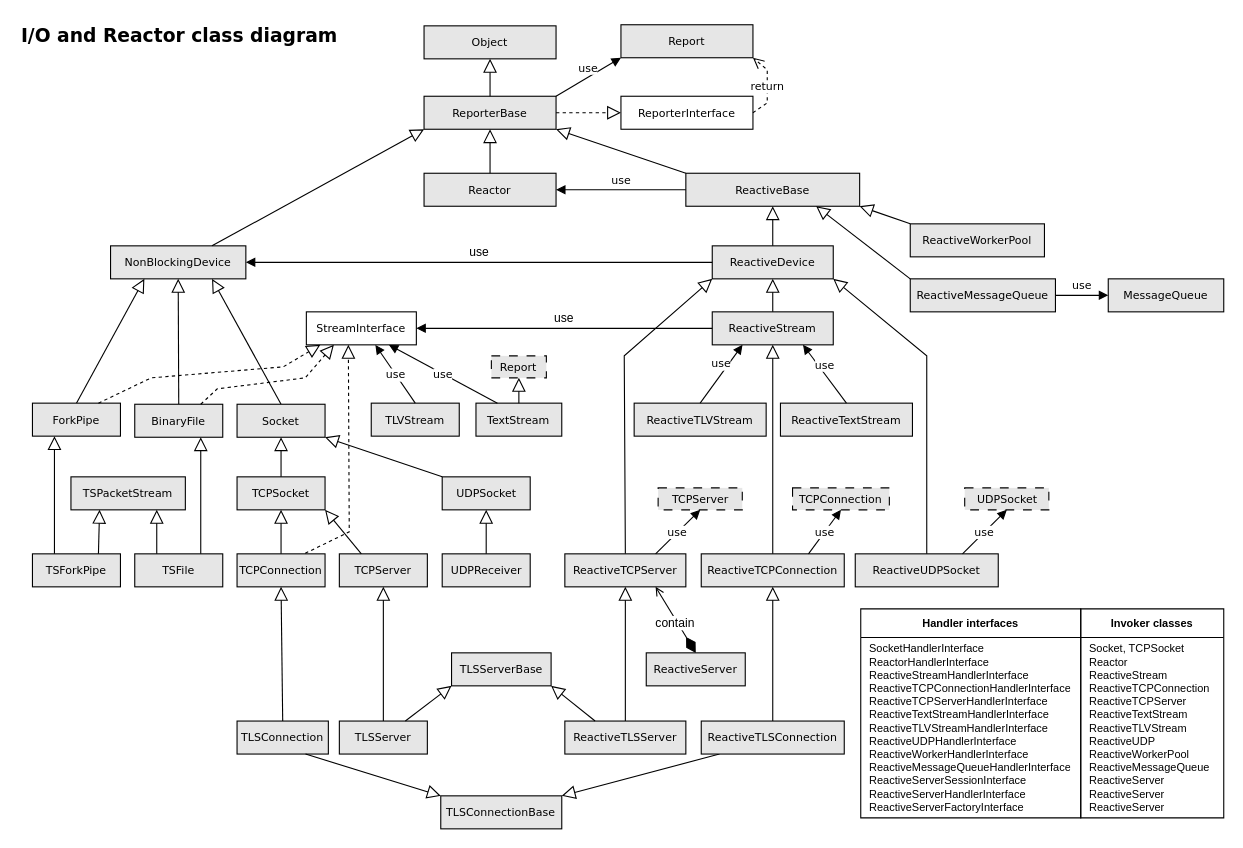
The draw.io diagram diagrams/reactor-class-diagram.drawio in tsduck/tsduck-presentations, before the edit. Source tidied: cells renumbered, new cells numbered last; positions are measured from the earlier drawing's top-left corner, leaving out a move shared by most shapes. Both pictures are drawn from the tidied source at 110%, with x=0, y=0 at pixel (19, 19).
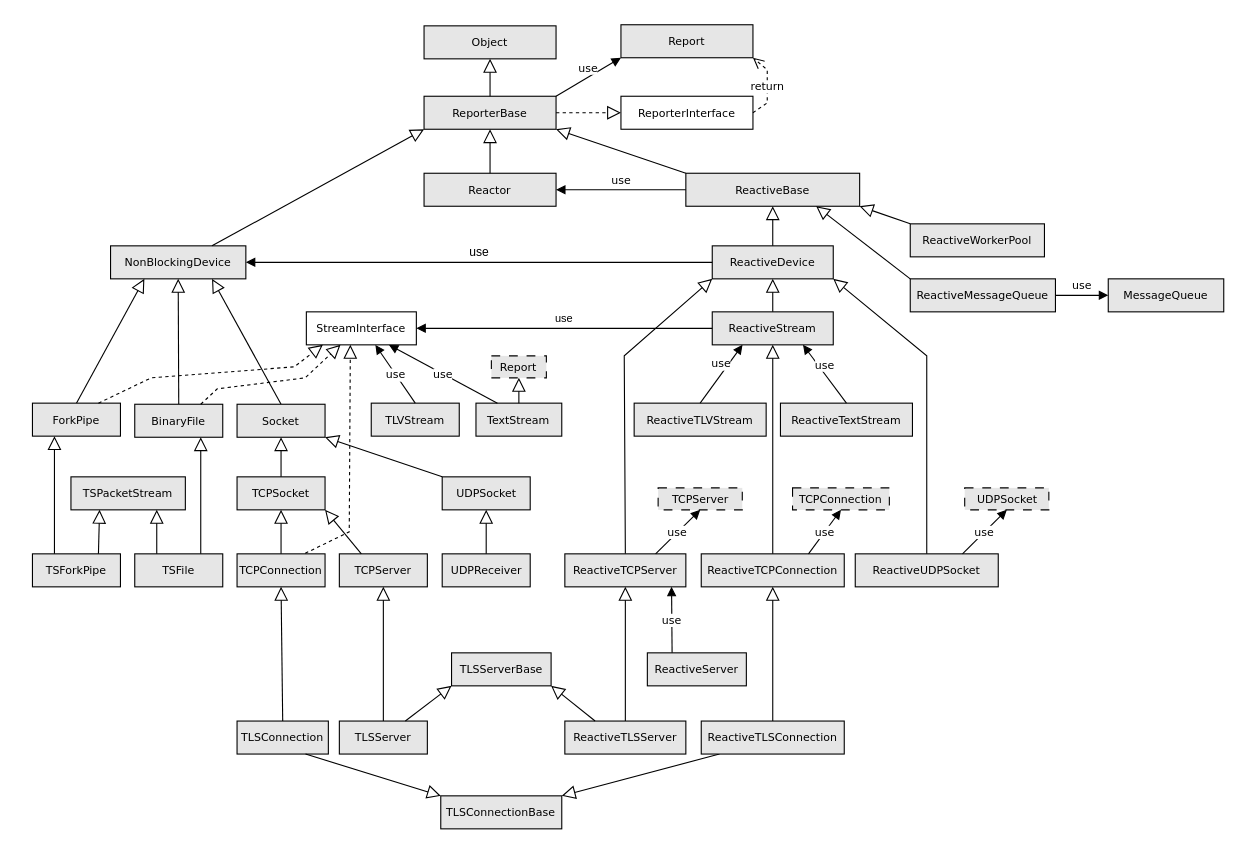
The same diagram, later.

Commit message (it also covers changes not shown here):
Added reactive class diagrams

The change refers to these unchanged cells:
```xml
<mxCell id="16" value="ForkPipe" style="html=1;whiteSpace=wrap;points=[[0,0,0,0,0],[0,0.25,0,0,0],[0,0.5,0,0,0],[0,0.75,0,0,0],[0,1,0,0,0],[0.127273,1,0,0,0],[0.25,0,0,0,0],[0.25,1,0,0,0],[0.381818,1,0,0,0],[0.5,0,0,0,0],[0.5,1,0,0,0],[0.627273,1,0,0,0],[0.75,0,0,0,0],[0.75,1,0,0,0],[0.881818,1,0,0,0],[1,0,0,0,0],[1,0.25,0,0,0],[1,0.5,0,0,0],[1,0.75,0,0,0],[1,1,0,0,0]];fillColor=#E6E6E6;fontSize=10;fontFamily=Verdana;" parent="1" vertex="1">
  <mxGeometry x="12" y="349" width="80" height="30" as="geometry" />
</mxCell>
<mxCell id="18" value="BinaryFile" style="html=1;whiteSpace=wrap;points=[[0,0,0,0,0],[0,0.25,0,0,0],[0,0.5,0,0,0],[0,0.75,0,0,0],[0,1,0,0,0],[0.127273,1,0,0,0],[0.25,0,0,0,0],[0.25,1,0,0,0],[0.381818,1,0,0,0],[0.5,0,0,0,0],[0.5,1,0,0,0],[0.627273,1,0,0,0],[0.75,0,0,0,0],[0.75,1,0,0,0],[0.881818,1,0,0,0],[1,0,0,0,0],[1,0.25,0,0,0],[1,0.5,0,0,0],[1,0.75,0,0,0],[1,1,0,0,0]];fillColor=#E6E6E6;fontSize=10;fontFamily=Verdana;" parent="1" vertex="1">
  <mxGeometry x="105" y="350" width="80" height="30" as="geometry" />
</mxCell>
<mxCell id="69" value="ReactiveTCPServer" style="html=1;whiteSpace=wrap;points=[[0,0,0,0,0],[0,0.25,0,0,0],[0,0.5,0,0,0],[0,0.75,0,0,0],[0,1,0,0,0],[0.127273,1,0,0,0],[0.25,0,0,0,0],[0.25,1,0,0,0],[0.381818,1,0,0,0],[0.5,0,0,0,0],[0.5,1,0,0,0],[0.627273,1,0,0,0],[0.75,0,0,0,0],[0.75,1,0,0,0],[0.881818,1,0,0,0],[1,0,0,0,0],[1,0.25,0,0,0],[1,0.5,0,0,0],[1,0.75,0,0,0],[1,1,0,0,0]];fillColor=#E6E6E6;fontSize=10;fontFamily=Verdana;" parent="1" vertex="1">
  <mxGeometry x="496" y="486" width="110" height="30" as="geometry" />
</mxCell>
<mxCell id="91" value="ReactiveStream" style="html=1;whiteSpace=wrap;points=[[0,0,0,0,0],[0,0.25,0,0,0],[0,0.5,0,0,0],[0,0.75,0,0,0],[0,1,0,0,0],[0.127273,1,0,0,0],[0.25,0,0,0,0],[0.25,1,0,0,0],[0.381818,1,0,0,0],[0.5,0,0,0,0],[0.5,1,0,0,0],[0.627273,1,0,0,0],[0.75,0,0,0,0],[0.75,1,0,0,0],[0.881818,1,0,0,0],[1,0,0,0,0],[1,0.25,0,0,0],[1,0.5,0,0,0],[1,0.75,0,0,0],[1,1,0,0,0]];fillColor=#E6E6E6;fontSize=10;fontFamily=Verdana;" parent="1" vertex="1">
  <mxGeometry x="630" y="266" width="110" height="30" as="geometry" />
</mxCell>
```

Diff of the diagram source:
```diff
@@
-    <mxCell id="21" value="Stream&lt;span style=&quot;background-color: transparent; color: light-dark(rgb(0, 0, 0), rgb(255, 255, 255));&quot;&gt;Interface&lt;/span&gt;" style="html=1;whiteSpace=wrap;points=[[0,0,0,0,0],[0,0.25,0,0,0],[0,0.5,0,0,0],[0,0.75,0,0,0],[0,1,0,0,0],[0.127273,1,0,0,0],[0.25,0,0,0,0],[0.25,1,0,0,0],[0.381818,1,0,0,0],[0.5,0,0,0,0],[0.5,1,0,0,0],[0.627273,1,0,0,0],[0.75,0,0,0,0],[0.75,1,0,0,0],[0.881818,1,0,0,0],[1,0,0,0,0],[1,0.25,0,0,0],[1,0.5,0,0,0],[1,0.75,0,0,0],[1,1,0,0,0]];fillColor=#FFFFFF;fontSize=10;fontFamily=Verdana;" parent="1" vertex="1">
+    <mxCell id="21" value="Stream&lt;span style=&quot;background-color: transparent; color: light-dark(rgb(0, 0, 0), rgb(255, 255, 255));&quot;&gt;Interface&lt;/span&gt;" style="html=1;whiteSpace=wrap;points=[[0,0,0,0,0],[0,0.25,0,0,0],[0,0.5,0,0,0],[0,0.75,0,0,0],[0,1,0,0,0],[0.15,1,0,0,0],[0.25,0,0,0,0],[0.31,1,0,0,0],[0.4,1,0,0,0],[0.5,0,0,0,0],[0.5,1,0,0,0],[0.627273,1,0,0,0],[0.75,0,0,0,0],[0.75,1,0,0,0],[0.881818,1,0,0,0],[1,0,0,0,0],[1,0.25,0,0,0],[1,0.5,0,0,0],[1,0.75,0,0,0],[1,1,0,0,0]];fillColor=#FFFFFF;fontSize=10;fontFamily=Verdana;" parent="1" vertex="1">
       <mxGeometry x="261" y="266" width="100" height="30" as="geometry" />
     </mxCell>
@@
-    <mxCell id="60" style="endArrow=block;dashed=1;endFill=0;endSize=10;html=1;rounded=0;entryX=0.127273;entryY=1;entryDx=0;entryDy=0;entryPerimeter=0;exitX=0.75;exitY=0;exitDx=0;exitDy=0;exitPerimeter=0;" parent="1" edge="1" source="16" target="21">
+    <mxCell id="60" style="endArrow=block;dashed=1;endFill=0;endSize=10;html=1;rounded=0;exitX=0.75;exitY=0;exitDx=0;exitDy=0;exitPerimeter=0;entryX=0.15;entryY=1;entryDx=0;entryDy=0;entryPerimeter=0;" parent="1" edge="1" source="16" target="21">
       <mxGeometry relative="1" as="geometry">
         <Array as="points">
           <mxPoint x="120" y="326" />
-          <mxPoint x="240" y="316" />
+          <mxPoint x="250" y="316" />
         </Array>
       </mxGeometry>
     </mxCell>
-    <mxCell id="61" style="endArrow=block;dashed=1;endFill=0;endSize=10;html=1;rounded=0;entryX=0.25;entryY=1;entryDx=0;entryDy=0;entryPerimeter=0;exitX=0.75;exitY=0;exitDx=0;exitDy=0;exitPerimeter=0;" parent="1" edge="1" source="18" target="21">
+    <mxCell id="61" style="endArrow=block;dashed=1;endFill=0;endSize=10;html=1;rounded=0;exitX=0.75;exitY=0;exitDx=0;exitDy=0;exitPerimeter=0;entryX=0.31;entryY=1;entryDx=0;entryDy=0;entryPerimeter=0;" parent="1" edge="1" source="18" target="21">
       <mxGeometry relative="1" as="geometry">
         <Array as="points">
           <mxPoint x="180" y="336" />
           <mxPoint x="260" y="326" />
         </Array>
       </mxGeometry>
     </mxCell>
-    <mxCell id="62" style="endArrow=block;dashed=1;endFill=0;endSize=10;html=1;rounded=0;entryX=0.381818;entryY=1;entryDx=0;entryDy=0;entryPerimeter=0;" parent="1" edge="1" target="21">
+    <mxCell id="62" style="endArrow=block;dashed=1;endFill=0;endSize=10;html=1;rounded=0;entryX=0.4;entryY=1;entryDx=0;entryDy=0;entryPerimeter=0;" parent="1" edge="1" target="21">
       <mxGeometry relative="1" as="geometry">
         <mxPoint x="260" y="485.5" as="sourcePoint" />
         <Array as="points">
           <mxPoint x="300" y="466" />
         </Array>
       </mxGeometry>
     </mxCell>
@@
-    <mxCell id="83" value="I/O and Reactor c&lt;span style=&quot;background-color: transparent; color: light-dark(rgb(0, 0, 0), rgb(255, 255, 255));&quot;&gt;lass diagram&lt;/span&gt;" style="text;html=1;whiteSpace=wrap;strokeColor=none;fillColor=none;align=left;verticalAlign=middle;rounded=0;fontFamily=Verdana;fontStyle=1;fontSize=17;" parent="1" vertex="1">
-      <mxGeometry width="320" height="30" as="geometry" />
-    </mxCell>
-    <mxCell id="84" value="&lt;b style=&quot;font-family: Helvetica;&quot;&gt;Handler interfaces&lt;/b&gt;" style="swimlane;fontStyle=0;horizontal=1;startSize=26;fillColor=none;whiteSpace=wrap;html=1;fontFamily=Verdana;fontSize=10;spacing=0;" parent="1" vertex="1">
-      <mxGeometry x="765" y="536" width="200" height="190" as="geometry" />
-    </mxCell>
-    <mxCell id="85" value="&lt;p style=&quot;margin: 0px 0px 0px 8px;&quot;&gt;&lt;font&gt;SocketHandlerInterface&lt;/font&gt;&lt;/p&gt;&lt;p style=&quot;margin: 0px 0px 0px 8px;&quot;&gt;&lt;span&gt;ReactorHandlerInterface&lt;/span&gt;&lt;/p&gt;&lt;p style=&quot;margin: 0px 0px 0px 8px;&quot;&gt;&lt;span&gt;ReactiveStreamHandlerInterface&lt;/span&gt;&lt;/p&gt;&lt;p style=&quot;margin: 0px 0px 0px 8px;&quot;&gt;&lt;span&gt;ReactiveTCPConnectionHandlerInterface&lt;/span&gt;&lt;/p&gt;&lt;p style=&quot;margin: 0px 0px 0px 8px;&quot;&gt;&lt;span&gt;ReactiveTCPServerHandlerInterface&lt;/span&gt;&lt;/p&gt;&lt;p style=&quot;margin: 0px 0px 0px 8px;&quot;&gt;&lt;span&gt;ReactiveTextStreamHandlerInterface&lt;/span&gt;&lt;/p&gt;&lt;p style=&quot;margin: 0px 0px 0px 8px;&quot;&gt;&lt;span&gt;ReactiveTLVStreamHandlerInterface&lt;/span&gt;&lt;/p&gt;&lt;p style=&quot;margin: 0px 0px 0px 8px;&quot;&gt;&lt;span&gt;ReactiveUDPHandlerInterface&lt;/span&gt;&lt;/p&gt;&lt;p style=&quot;margin: 0px 0px 0px 8px;&quot;&gt;&lt;span&gt;ReactiveWorkerHandlerInterface&lt;/span&gt;&lt;/p&gt;&lt;p style=&quot;margin: 0px 0px 0px 8px;&quot;&gt;&lt;span&gt;ReactiveMessageQueueHandlerInterface&lt;/span&gt;&lt;/p&gt;&lt;p style=&quot;margin: 0px 0px 0px 8px;&quot;&gt;&lt;span style=&quot;background-color: transparent; color: light-dark(rgb(0, 0, 0), rgb(255, 255, 255));&quot;&gt;ReactiveServerSessionInterface&lt;/span&gt;&lt;/p&gt;&lt;p style=&quot;margin: 0px 0px 0px 8px;&quot;&gt;&lt;span&gt;ReactiveServerHandlerInterface&lt;/span&gt;&lt;/p&gt;&lt;p style=&quot;margin: 0px 0px 0px 8px;&quot;&gt;&lt;span&gt;&lt;/span&gt;&lt;/p&gt;&lt;p style=&quot;margin: 0px 0px 0px 8px;&quot;&gt;&lt;span&gt;ReactiveServerFactoryInterface&lt;/span&gt;&lt;/p&gt;&lt;div&gt;&lt;br&gt;&lt;/div&gt;" style="text;strokeColor=none;fillColor=none;align=left;verticalAlign=top;spacingLeft=0;spacingRight=0;overflow=hidden;whiteSpace=wrap;html=1;fontSize=10;spacing=0;" parent="84" vertex="1">
-      <mxGeometry y="26" width="200" height="164" as="geometry" />
-    </mxCell>
-    <mxCell id="86" value="&lt;b style=&quot;font-family: Helvetica;&quot;&gt;Invoker classes&lt;/b&gt;" style="swimlane;fontStyle=0;horizontal=1;startSize=26;fillColor=none;whiteSpace=wrap;html=1;fontFamily=Verdana;fontSize=10;spacing=0;" parent="1" vertex="1">
-      <mxGeometry x="965" y="536" width="130" height="190" as="geometry" />
-    </mxCell>
-    <mxCell id="87" value="&lt;p style=&quot;margin: 0px 0px 0px 8px;&quot;&gt;&lt;font&gt;Socket, TCPSocket&lt;/font&gt;&lt;/p&gt;&lt;p style=&quot;margin: 0px 0px 0px 8px;&quot;&gt;&lt;span&gt;Reactor&lt;/span&gt;&lt;/p&gt;&lt;p style=&quot;margin: 0px 0px 0px 8px;&quot;&gt;&lt;span&gt;ReactiveStream&lt;/span&gt;&lt;/p&gt;&lt;p style=&quot;margin: 0px 0px 0px 8px;&quot;&gt;&lt;span&gt;ReactiveTCPConnection&lt;/span&gt;&lt;/p&gt;&lt;p style=&quot;margin: 0px 0px 0px 8px;&quot;&gt;&lt;span&gt;ReactiveTCPServer&lt;/span&gt;&lt;/p&gt;&lt;p style=&quot;margin: 0px 0px 0px 8px;&quot;&gt;&lt;span&gt;ReactiveTextStream&lt;/span&gt;&lt;/p&gt;&lt;p style=&quot;margin: 0px 0px 0px 8px;&quot;&gt;&lt;span&gt;ReactiveTLVStream&lt;/span&gt;&lt;/p&gt;&lt;p style=&quot;margin: 0px 0px 0px 8px;&quot;&gt;&lt;span&gt;ReactiveUDP&lt;/span&gt;&lt;/p&gt;&lt;p style=&quot;margin: 0px 0px 0px 8px;&quot;&gt;&lt;span&gt;ReactiveWorkerPool&lt;/span&gt;&lt;/p&gt;&lt;p style=&quot;margin: 0px 0px 0px 8px;&quot;&gt;&lt;span&gt;ReactiveMessageQueue&lt;/span&gt;&lt;/p&gt;&lt;p style=&quot;margin: 0px 0px 0px 8px;&quot;&gt;&lt;span style=&quot;background-color: transparent; color: light-dark(rgb(0, 0, 0), rgb(255, 255, 255));&quot;&gt;ReactiveServer&lt;/span&gt;&lt;/p&gt;&lt;p style=&quot;margin: 0px 0px 0px 8px;&quot;&gt;&lt;span&gt;ReactiveServer&lt;/span&gt;&lt;/p&gt;&lt;p style=&quot;margin: 0px 0px 0px 8px;&quot;&gt;&lt;span&gt;&lt;/span&gt;&lt;/p&gt;&lt;p style=&quot;margin: 0px 0px 0px 8px;&quot;&gt;&lt;span&gt;ReactiveServer&lt;/span&gt;&lt;/p&gt;&lt;div&gt;&lt;br&gt;&lt;/div&gt;" style="text;strokeColor=none;fillColor=none;align=left;verticalAlign=top;spacingLeft=0;spacingRight=0;overflow=hidden;whiteSpace=wrap;html=1;fontSize=10;spacing=0;" parent="86" vertex="1">
-      <mxGeometry y="26" width="130" height="164" as="geometry" />
-    </mxCell>
     <mxCell id="88" value="Reactive&lt;span style=&quot;background-color: transparent; color: light-dark(rgb(0, 0, 0), rgb(255, 255, 255));&quot;&gt;Server&lt;/span&gt;" style="html=1;whiteSpace=wrap;points=[[0,0,0,0,0],[0,0.25,0,0,0],[0,0.5,0,0,0],[0,0.75,0,0,0],[0,1,0,0,0],[0.127273,1,0,0,0],[0.25,0,0,0,0],[0.25,1,0,0,0],[0.381818,1,0,0,0],[0.5,0,0,0,0],[0.5,1,0,0,0],[0.627273,1,0,0,0],[0.75,0,0,0,0],[0.75,1,0,0,0],[0.881818,1,0,0,0],[1,0,0,0,0],[1,0.25,0,0,0],[1,0.5,0,0,0],[1,0.75,0,0,0],[1,1,0,0,0]];fillColor=#E6E6E6;fontSize=10;fontFamily=Verdana;" parent="1" vertex="1">
-      <mxGeometry x="570" y="576" width="90" height="30" as="geometry" />
+      <mxGeometry x="571" y="576" width="90" height="30" as="geometry" />
     </mxCell>
-    <mxCell id="89" style="endArrow=open;html=1;endSize=6;startArrow=diamondThin;startSize=14;startFill=1;align=left;verticalAlign=middle;rounded=0;exitX=0.5;exitY=0;exitDx=0;exitDy=0;exitPerimeter=0;fontFamily=Verdana;fontSize=10;entryX=0.75;entryY=1;entryDx=0;entryDy=0;entryPerimeter=0;" parent="1" edge="1" source="88" target="69">
-      <mxGeometry x="-1" y="3" relative="1" as="geometry" />
-    </mxCell>
-    <mxCell id="90" value="contain" style="edgeLabel;html=1;align=center;verticalAlign=middle;" parent="89" vertex="1">
-      <mxGeometry x="-0.04" y="3" relative="1" as="geometry">
-        <mxPoint x="1" as="offset" />
-      </mxGeometry>
-    </mxCell>
@@
-    <mxCell id="93" value="use" style="html=1;verticalAlign=bottom;endArrow=block;curved=0;rounded=0;exitX=0;exitY=0.5;exitDx=0;exitDy=0;exitPerimeter=0;entryX=1;entryY=0.5;entryDx=0;entryDy=0;entryPerimeter=0;" parent="1" edge="1" source="91" target="21">
+    <mxCell id="93" value="use" style="html=1;verticalAlign=bottom;endArrow=block;curved=0;rounded=0;exitX=0;exitY=0.5;exitDx=0;exitDy=0;exitPerimeter=0;entryX=1;entryY=0.5;entryDx=0;entryDy=0;entryPerimeter=0;fontSize=10;" parent="1" edge="1" source="91" target="21">
       <mxGeometry relative="1" as="geometry" />
     </mxCell>
@@
+    <mxCell id="89" value="use" style="html=1;verticalAlign=middle;endArrow=block;curved=0;rounded=0;exitX=0.25;exitY=0;exitDx=0;exitDy=0;exitPerimeter=0;entryX=0.881818;entryY=1;entryDx=0;entryDy=0;entryPerimeter=0;fontFamily=Verdana;fontSize=10;" parent="1" edge="1" source="88" target="69">
+      <mxGeometry relative="1" as="geometry" />
+    </mxCell>
```
